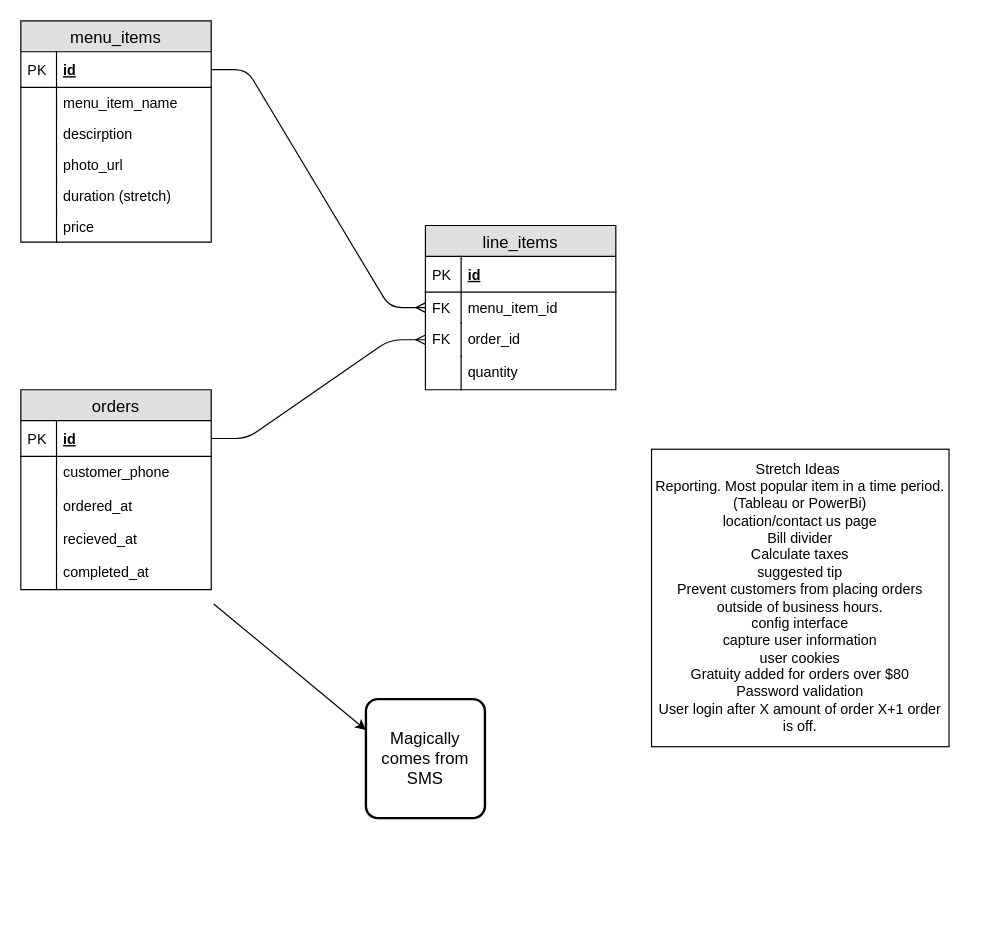
Earlier version of the draw.io diagram erd.drawio (Lizzyfemme/hungry-people). Source tidied: cells renumbered, new cells numbered last; positions are measured from the earlier drawing's top-left corner, leaving out a move shared by most shapes. Both pictures are drawn from the tidied source at 119%, with x=0, y=0 at pixel (20, 20).
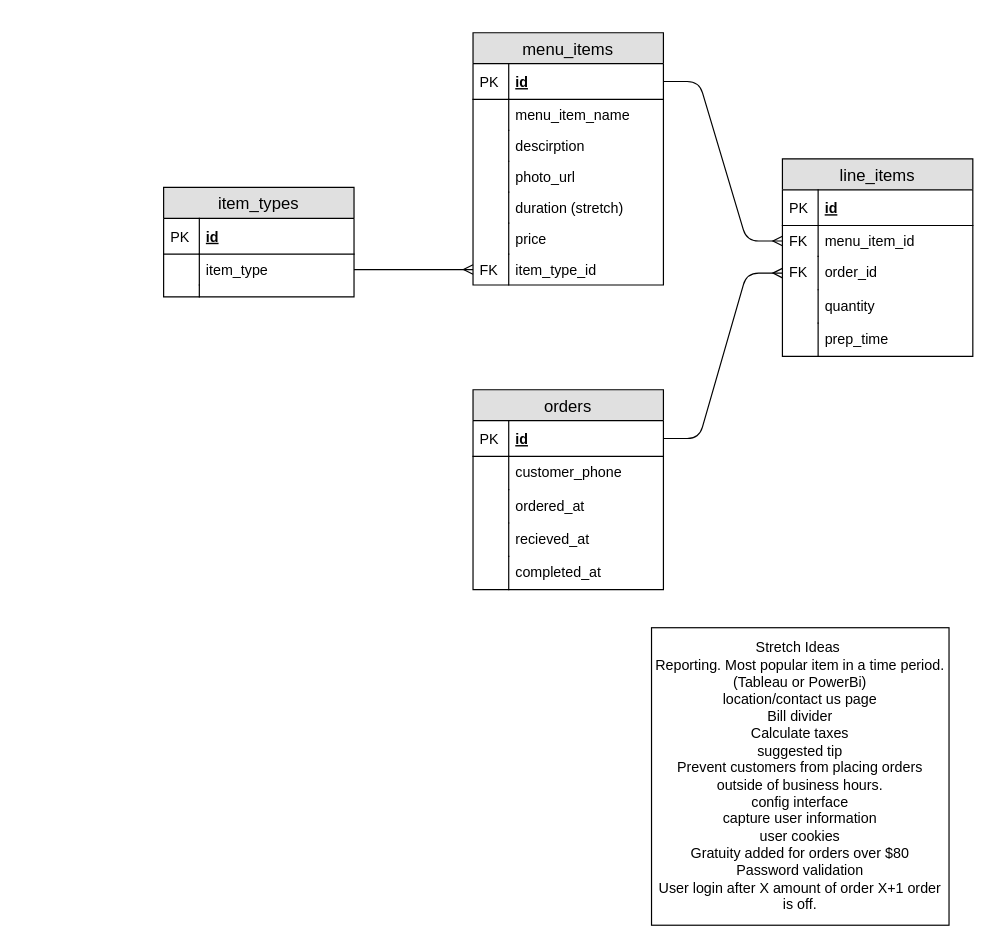
After the change.

Change to the diagram source:
```diff
@@
     <mxCell id="2" value="menu_items" style="swimlane;fontStyle=0;horizontal=1;startSize=26;fillColor=#e0e0e0;swimlaneFillColor=#ffffff;align=center;fontSize=14;" parent="1" vertex="1">
-      <mxGeometry width="160" height="186" as="geometry" />
+      <mxGeometry x="380" y="10" width="160" height="212" as="geometry" />
     </mxCell>
@@
+    <mxCell id="40" value="item_type_id" style="shape=partialRectangle;top=0;left=0;right=0;bottom=0;align=left;verticalAlign=top;fillColor=none;spacingLeft=34;spacingRight=4;overflow=hidden;points=[[0,0.5],[1,0.5]];portConstraint=eastwest;fontSize=12;" parent="2" vertex="1">
+      <mxGeometry y="186" width="160" height="26" as="geometry" />
+    </mxCell>
+    <mxCell id="41" value="FK" style="shape=partialRectangle;top=0;left=0;bottom=0;fillColor=none;align=left;verticalAlign=top;spacingLeft=4;spacingRight=4;overflow=hidden;fontSize=12;" parent="40" vertex="1">
+      <mxGeometry width="30" height="26" as="geometry" />
+    </mxCell>
     <mxCell id="15" value="line_items" style="swimlane;fontStyle=0;horizontal=1;startSize=26;fillColor=#e0e0e0;swimlaneFillColor=#ffffff;align=center;fontSize=14;" parent="1" vertex="1">
-      <mxGeometry x="340" y="172" width="160" height="138" as="geometry" />
+      <mxGeometry x="640" y="116" width="160" height="166" as="geometry" />
     </mxCell>
@@
+    <mxCell id="42" value="prep_time" style="shape=partialRectangle;top=0;left=0;right=0;bottom=0;align=left;verticalAlign=top;fillColor=none;spacingLeft=34;spacingRight=4;overflow=hidden;fontSize=12;" parent="15" vertex="1">
+      <mxGeometry y="138" width="160" height="28" as="geometry" />
+    </mxCell>
+    <mxCell id="43" style="shape=partialRectangle;top=0;left=0;bottom=0;fillColor=none;align=left;verticalAlign=top;spacingLeft=4;spacingRight=4;overflow=hidden;fontSize=12;" parent="42" vertex="1">
+      <mxGeometry width="30" height="28" as="geometry" />
+    </mxCell>
@@
-    <mxCell id="25" style="endArrow=classic;html=1;exitX=1.013;exitY=0.929;exitDx=0;exitDy=0;exitPerimeter=0;" parent="1" edge="1">
-      <mxGeometry relative="1" as="geometry">
-        <mxPoint x="162.1" y="490" as="sourcePoint" />
-        <mxPoint x="290" y="596" as="targetPoint" />
-      </mxGeometry>
-    </mxCell>
-    <mxCell id="26" value="Magically comes from SMS" style="strokeWidth=2;rounded=1;arcSize=10;whiteSpace=wrap;html=1;align=center;fontSize=14;" parent="1" vertex="1">
-      <mxGeometry x="290" y="570" width="100" height="100" as="geometry" />
-    </mxCell>
     <mxCell id="27" value="Stretch Ideas&amp;nbsp;&lt;br&gt;Reporting. Most popular item in a time period. (Tableau or PowerBi)&lt;br&gt;location/contact us page&lt;br&gt;Bill divider&lt;br&gt;Calculate taxes&lt;br&gt;suggested tip&lt;br&gt;Prevent customers from placing orders outside of business hours.&lt;br&gt;config interface&lt;br&gt;capture user information&lt;br&gt;user cookies&lt;br&gt;Gratuity added for orders over $80&lt;br&gt;Password validation&lt;br&gt;User login after X amount of order X+1 order is off." style="whiteSpace=wrap;html=1;" parent="1" vertex="1">
-      <mxGeometry x="530" y="360" width="250" height="250" as="geometry" />
+      <mxGeometry x="530" y="510" width="250" height="250" as="geometry" />
     </mxCell>
     <mxCell id="28" value="orders" style="swimlane;fontStyle=0;horizontal=1;startSize=26;fillColor=#e0e0e0;swimlaneFillColor=#ffffff;align=center;fontSize=14;" parent="1" vertex="1">
-      <mxGeometry y="310" width="160" height="168" as="geometry" />
+      <mxGeometry x="380" y="310" width="160" height="168" as="geometry" />
     </mxCell>
@@
+    <mxCell id="44" value="item_types" style="swimlane;fontStyle=0;horizontal=1;startSize=26;fillColor=#e0e0e0;swimlaneFillColor=#ffffff;align=center;fontSize=14;" parent="1" vertex="1">
+      <mxGeometry x="120" y="140" width="160" height="92" as="geometry" />
+    </mxCell>
+    <mxCell id="45" value="id" style="shape=partialRectangle;top=0;left=0;right=0;bottom=1;align=left;verticalAlign=middle;fillColor=none;spacingLeft=34;spacingRight=4;overflow=hidden;fontStyle=5;fontSize=12;" parent="44" vertex="1">
+      <mxGeometry y="26" width="160" height="30" as="geometry" />
+    </mxCell>
+    <mxCell id="46" value="PK" style="shape=partialRectangle;top=0;left=0;bottom=0;fillColor=none;align=left;verticalAlign=middle;spacingLeft=4;spacingRight=4;overflow=hidden;fontSize=12;" parent="45" vertex="1">
+      <mxGeometry width="30" height="30" as="geometry" />
+    </mxCell>
+    <mxCell id="47" value="item_type" style="shape=partialRectangle;top=0;left=0;right=0;bottom=0;align=left;verticalAlign=top;fillColor=none;spacingLeft=34;spacingRight=4;overflow=hidden;points=[[0,0.5],[1,0.5]];portConstraint=eastwest;fontSize=12;" parent="44" vertex="1">
+      <mxGeometry y="56" width="160" height="26" as="geometry" />
+    </mxCell>
+    <mxCell id="48" style="shape=partialRectangle;top=0;left=0;bottom=0;fillColor=none;align=left;verticalAlign=top;spacingLeft=4;spacingRight=4;overflow=hidden;fontSize=12;" parent="47" vertex="1">
+      <mxGeometry width="30" height="26" as="geometry" />
+    </mxCell>
+    <mxCell id="49" style="shape=partialRectangle;top=0;left=0;right=0;bottom=0;align=left;verticalAlign=top;fillColor=none;spacingLeft=34;spacingRight=4;overflow=hidden;fontSize=12;" parent="44" vertex="1">
+      <mxGeometry y="82" width="160" height="10" as="geometry" />
+    </mxCell>
+    <mxCell id="50" style="shape=partialRectangle;top=0;left=0;bottom=0;fillColor=none;align=left;verticalAlign=top;spacingLeft=4;spacingRight=4;overflow=hidden;fontSize=12;" parent="49" vertex="1">
+      <mxGeometry width="30" height="10" as="geometry" />
+    </mxCell>
+    <mxCell id="51" style="edgeStyle=entityRelationEdgeStyle;fontSize=12;html=1;endArrow=ERmany;entryX=0;entryY=0.5;entryDx=0;entryDy=0;" parent="1" edge="1" source="47" target="40">
+      <mxGeometry relative="1" as="geometry" />
+    </mxCell>
```
